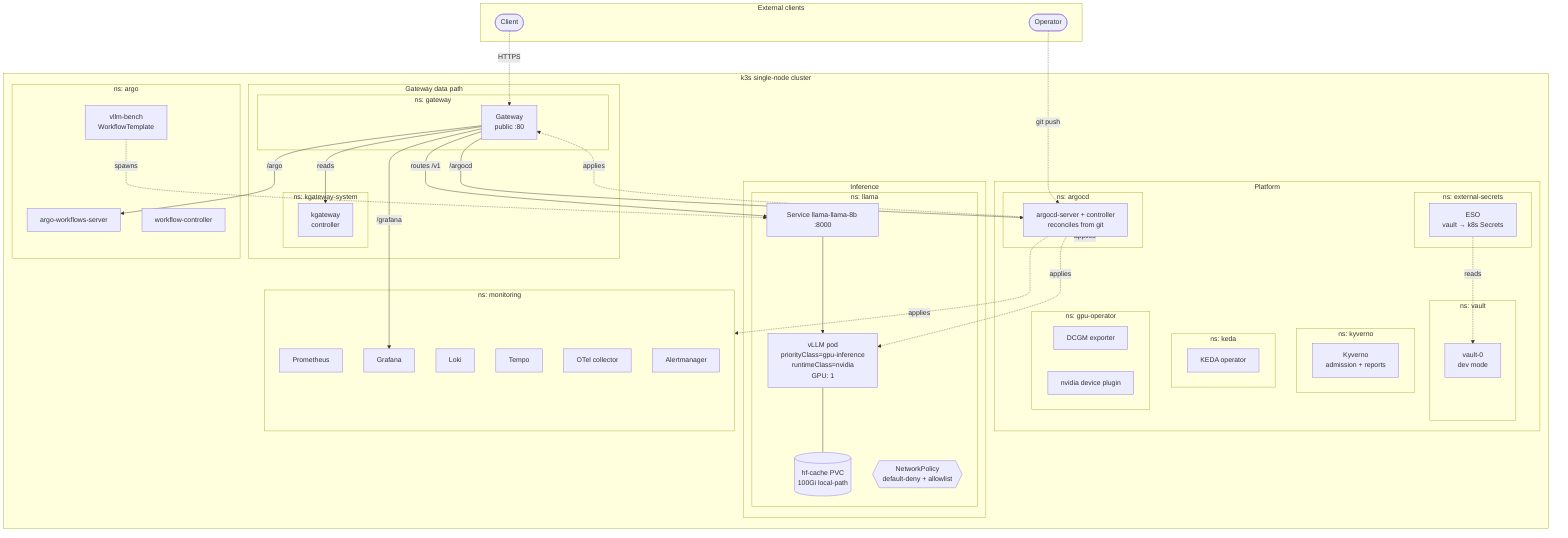
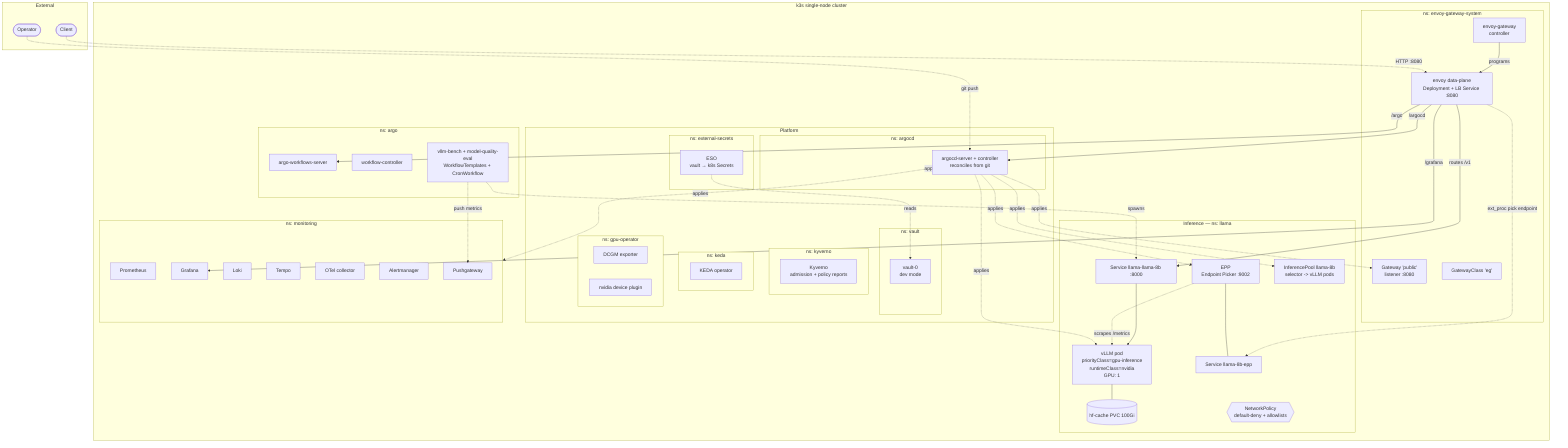
flowchart TB
-   subgraph external[External clients]
+   subgraph external[External]
    client([Client])
    op([Operator])
  end

  subgraph node[k3s single-node cluster]
-     subgraph gw_stack[Gateway data path]
-       subgraph gateway_ns[ns: gateway]
-         gw[Gateway<br/>public :80]
-       end
-       subgraph kgw_ns[ns: kgateway-system]
-         kgwctrl[kgateway<br/>controller]
-       end
-     end
- 
    subgraph platform[Platform]
      subgraph argocd_ns[ns: argocd]
        argocd[argocd-server + controller<br/>reconciles from git]
      end
      subgraph vault_ns[ns: vault]
        vault[vault-0<br/>dev mode]
      end
      subgraph eso_ns[ns: external-secrets]
        eso[ESO<br/>vault → k8s Secrets]
      end
      subgraph kyverno_ns[ns: kyverno]
-         kyv[Kyverno<br/>admission + reports]
+         kyv[Kyverno<br/>admission + policy reports]
      end
      subgraph keda_ns[ns: keda]
        keda[KEDA operator]
      end
      subgraph gpuop_ns[ns: gpu-operator]
        dcgm[DCGM exporter]
        devplug[nvidia device plugin]
      end
    end

-     subgraph inference[Inference]
-       subgraph llama_ns[ns: llama]
-         vllm[vLLM pod<br/>priorityClass=gpu-inference<br/>runtimeClass=nvidia<br/>GPU: 1]
-         pvc[(hf-cache PVC<br/>100Gi local-path)]
-         vllm_svc[Service llama-llama-8b :8000]
-         netpol{{NetworkPolicy<br/>default-deny + allowlist}}
-         vllm --- pvc
-       end
+     subgraph gw_stack[ns: envoy-gateway-system]
+       egctrl[envoy-gateway<br/>controller]
+       egdp[envoy data-plane<br/>Deployment + LB Service :8080]
+       gwres[Gateway 'public'<br/>listener :8080]
+       gwclass[GatewayClass 'eg']
+     end
+ 
+     subgraph inference[Inference — ns: llama]
+       vllm[vLLM pod<br/>priorityClass=gpu-inference<br/>runtimeClass=nvidia<br/>GPU: 1]
+       pvc[(hf-cache PVC 100Gi)]
+       vllm_svc[Service llama-llama-8b :8000]
+       epp[EPP<br/>Endpoint Picker :9002]
+       epp_svc[Service llama-8b-epp]
+       ipool[InferencePool llama-8b<br/>selector -> vLLM pods]
+       netpol{{NetworkPolicy<br/>default-deny + allowlists}}
+       vllm --- pvc
+       epp --- epp_svc
    end

    subgraph obs_ns[ns: monitoring]
      prom[Prometheus]
      graf[Grafana]
      loki[Loki]
      tempo[Tempo]
      otel[OTel collector]
      am[Alertmanager]
+       pushgw[Pushgateway]
    end

    subgraph argo_ns[ns: argo]
      argosrv[argo-workflows-server]
      argoctl[workflow-controller]
-       benchtpl[vllm-bench<br/>WorkflowTemplate]
+       benchtpl[vllm-bench + model-quality-eval<br/>WorkflowTemplates + CronWorkflow]
    end
  end

-   client -.HTTPS.-> gw
+   client -.HTTP :8080.-> egdp
  op -.git push.-> argocd
-   gw -->|reads| kgwctrl
-   argocd -.applies.-> gw
+   egctrl --programs--> egdp
+   argocd -.applies.-> gwres
  argocd -.applies.-> vllm
  argocd -.applies.-> platform
  argocd -.applies.-> obs_ns
+   argocd -.applies.-> ipool
+   argocd -.applies.-> epp
  eso -.reads.-> vault
-   gw -->|routes /v1| vllm_svc
+   egdp -->|routes /v1| vllm_svc
+   egdp -.ext_proc pick endpoint.-> epp_svc
+   epp -.scrapes /metrics.-> vllm
  vllm_svc --> vllm
-   gw -->|/grafana| graf
-   gw -->|/argocd| argocd
-   gw -->|/argo| argosrv
+   egdp -->|/grafana| graf
+   egdp -->|/argocd| argocd
+   egdp -->|/argo| argosrv
  benchtpl -.spawns.-> vllm_svc
+   benchtpl -.push metrics.-> pushgw
